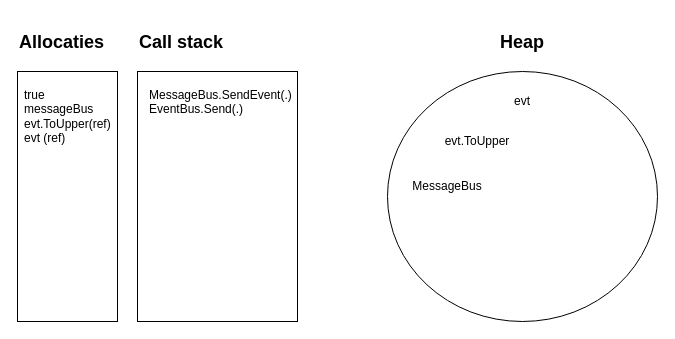
Above: TrainingShoeby01/HeapStack/Exercise.drawio in TomBina/TrainingShoeby01 (draw.io), before the change. Source tidied: cells renumbered, new cells numbered last; positions are measured from the earlier drawing's top-left corner, leaving out a move shared by most shapes. Both pictures are drawn from the tidied source at 100%, with x=0, y=0 at pixel (17, 32).
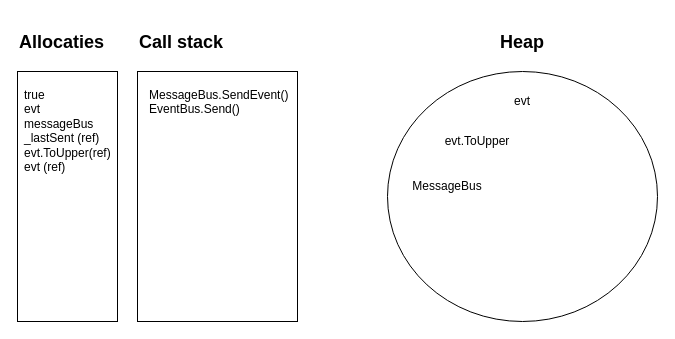
Above is the later version.

Change to the diagram source:
```diff
@@
 <mxGraphModel>
   <root>
     <mxCell id="0" />
     <mxCell id="1" parent="0" />
     <mxCell id="2" style="rounded=0;whiteSpace=wrap;html=1;" parent="1" vertex="1">
       <mxGeometry x="120" y="39" width="160" height="250" as="geometry" />
     </mxCell>
-    <mxCell id="3" value="MessageBus.SendEvent(.)&lt;br&gt;EventBus.Send(.)" style="text;html=1;strokeColor=none;fillColor=none;align=left;verticalAlign=top;whiteSpace=wrap;rounded=0;" parent="1" vertex="1">
+    <mxCell id="3" value="MessageBus.SendEvent()&lt;br&gt;EventBus.Send()" style="text;html=1;strokeColor=none;fillColor=none;align=left;verticalAlign=top;whiteSpace=wrap;rounded=0;" parent="1" vertex="1">
       <mxGeometry x="130" y="49" width="140" height="230" as="geometry" />
     </mxCell>
     <mxCell id="4" style="ellipse;whiteSpace=wrap;html=1;align=left;" parent="1" vertex="1">
       <mxGeometry x="370" y="39" width="270" height="250" as="geometry" />
     </mxCell>
     <mxCell id="5" value="&lt;h2&gt;Call stack&lt;/h2&gt;" style="text;html=1;strokeColor=none;fillColor=none;align=left;verticalAlign=middle;whiteSpace=wrap;rounded=0;" parent="1" vertex="1">
       <mxGeometry x="120" width="105" height="20" as="geometry" />
     </mxCell>
     <mxCell id="6" value="&lt;h2&gt;Heap&lt;/h2&gt;" style="text;html=1;strokeColor=none;fillColor=none;align=center;verticalAlign=middle;whiteSpace=wrap;rounded=0;" parent="1" vertex="1">
       <mxGeometry x="485" width="40" height="20" as="geometry" />
     </mxCell>
     <mxCell id="7" value="evt" style="text;html=1;strokeColor=none;fillColor=none;align=center;verticalAlign=middle;whiteSpace=wrap;rounded=0;" parent="1" vertex="1">
       <mxGeometry x="485" y="59" width="40" height="20" as="geometry" />
     </mxCell>
     <mxCell id="8" style="rounded=0;whiteSpace=wrap;html=1;" parent="1" vertex="1">
       <mxGeometry y="39" width="100" height="250" as="geometry" />
     </mxCell>
     <mxCell id="9" value="&lt;h2&gt;Allocaties&lt;/h2&gt;" style="text;html=1;strokeColor=none;fillColor=none;align=left;verticalAlign=middle;whiteSpace=wrap;rounded=0;" parent="1" vertex="1">
       <mxGeometry width="90" height="20" as="geometry" />
     </mxCell>
-    <mxCell id="10" value="true&lt;br&gt;messageBus&lt;br&gt;evt.ToUpper(ref)&lt;br&gt;evt (ref)" style="text;html=1;strokeColor=none;fillColor=none;align=left;verticalAlign=top;whiteSpace=wrap;rounded=0;" parent="1" vertex="1">
+    <mxCell id="10" value="true&lt;br&gt;evt&lt;br&gt;messageBus&lt;br&gt;_lastSent&amp;nbsp;(ref)&lt;br&gt;evt.ToUpper(ref)&lt;br&gt;evt (ref)" style="text;html=1;strokeColor=none;fillColor=none;align=left;verticalAlign=top;whiteSpace=wrap;rounded=0;" parent="1" vertex="1">
       <mxGeometry x="5" y="49" width="80" height="230" as="geometry" />
     </mxCell>
     <mxCell id="11" value="evt.ToUpper" style="text;html=1;strokeColor=none;fillColor=none;align=center;verticalAlign=middle;whiteSpace=wrap;rounded=0;" parent="1" vertex="1">
       <mxGeometry x="440" y="99" width="40" height="20" as="geometry" />
     </mxCell>
     <mxCell id="12" value="MessageBus" style="text;html=1;strokeColor=none;fillColor=none;align=center;verticalAlign=middle;whiteSpace=wrap;rounded=0;" parent="1" vertex="1">
       <mxGeometry x="410" y="144" width="40" height="20" as="geometry" />
     </mxCell>
   </root>
 </mxGraphModel>
```
